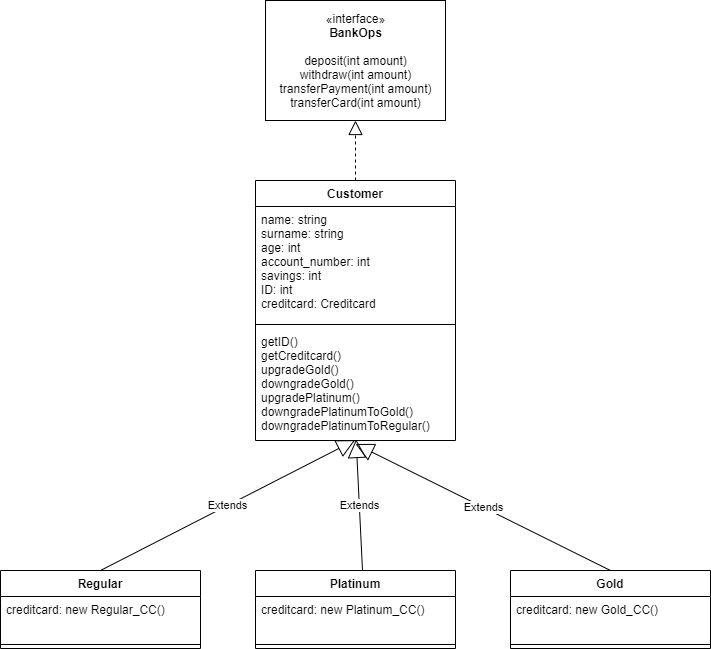
The draw.io diagram SoftCon2020_Assignment_4/customers_pkg_UML.png in maxi1123/swc-group37, before a commit. Source tidied: cells renumbered, new cells last; positions are measured from the earlier drawing's top-left corner, leaving out a move shared by most shapes.
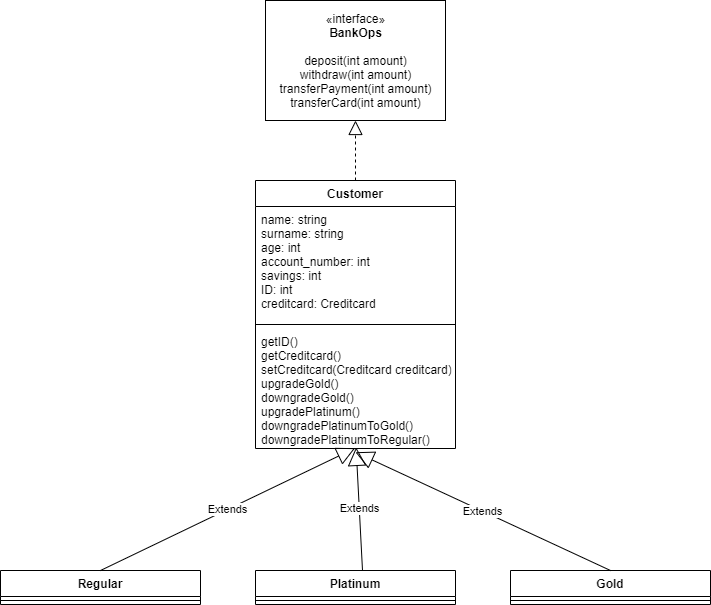
After the change.

Commit message:
updated creditcards and customers UML

Diff of the diagram source:
```diff
@@ -9,25 +9,19 @@
       <mxGeometry relative="1" as="geometry" />
     </mxCell>
     <mxCell id="4" value="Regular" style="swimlane;fontStyle=1;align=center;verticalAlign=top;horizontal=1;startSize=26;" parent="1" vertex="1">
-      <mxGeometry y="570" width="200" height="78" as="geometry" />
+      <mxGeometry y="570" width="200" height="34" as="geometry" />
     </mxCell>
-    <mxCell id="5" value="creditcard: new Regular_CC()" style="text;strokeColor=none;fillColor=none;align=left;verticalAlign=top;spacingLeft=4;spacingRight=4;overflow=hidden;" parent="4" vertex="1">
-      <mxGeometry y="26" width="200" height="44" as="geometry" />
-    </mxCell>
     <mxCell id="6" style="line;strokeWidth=1;fillColor=none;align=left;verticalAlign=middle;spacingTop=-1;spacingLeft=3;spacingRight=3;labelPosition=right;" parent="4" vertex="1">
-      <mxGeometry y="70" width="200" height="8" as="geometry" />
+      <mxGeometry y="26" width="200" height="8" as="geometry" />
     </mxCell>
     <mxCell id="7" value="Platinum" style="swimlane;fontStyle=1;align=center;verticalAlign=top;horizontal=1;startSize=26;" parent="1" vertex="1">
-      <mxGeometry x="255" y="570" width="200" height="78" as="geometry" />
+      <mxGeometry x="255" y="570" width="200" height="34" as="geometry" />
     </mxCell>
-    <mxCell id="8" value="creditcard: new Platinum_CC()" style="text;strokeColor=none;fillColor=none;align=left;verticalAlign=top;spacingLeft=4;spacingRight=4;overflow=hidden;" parent="7" vertex="1">
-      <mxGeometry y="26" width="200" height="44" as="geometry" />
-    </mxCell>
     <mxCell id="9" style="line;strokeWidth=1;fillColor=none;align=left;verticalAlign=middle;spacingTop=-1;spacingLeft=3;spacingRight=3;labelPosition=right;" parent="7" vertex="1">
-      <mxGeometry y="70" width="200" height="8" as="geometry" />
+      <mxGeometry y="26" width="200" height="8" as="geometry" />
     </mxCell>
     <mxCell id="10" value="Customer" style="swimlane;fontStyle=1;align=center;verticalAlign=top;horizontal=1;startSize=26;" parent="1" vertex="1">
-      <mxGeometry x="255" y="180" width="200" height="260" as="geometry" />
+      <mxGeometry x="255" y="180" width="200" height="268" as="geometry" />
     </mxCell>
     <mxCell id="11" value="name: string&#10;surname: string&#10;age: int&#10;account_number: int&#10;savings: int&#10;ID: int&#10;creditcard: Creditcard" style="text;strokeColor=none;fillColor=none;align=left;verticalAlign=top;spacingLeft=4;spacingRight=4;overflow=hidden;" parent="10" vertex="1">
       <mxGeometry y="26" width="200" height="114" as="geometry" />
@@ -35,17 +29,14 @@
     <mxCell id="12" style="line;strokeWidth=1;fillColor=none;align=left;verticalAlign=middle;spacingTop=-1;spacingLeft=3;spacingRight=3;labelPosition=right;" parent="10" vertex="1">
       <mxGeometry y="140" width="200" height="8" as="geometry" />
     </mxCell>
-    <mxCell id="13" value="getID()&#10;getCreditcard()&#10;upgradeGold()&#10;downgradeGold()&#10;upgradePlatinum()&#10;downgradePlatinumToGold()&#10;downgradePlatinumToRegular()" style="text;strokeColor=none;fillColor=none;align=left;verticalAlign=top;spacingLeft=4;spacingRight=4;overflow=hidden;points=[[0,0.5],[1,0.5]];portConstraint=eastwest;" parent="10" vertex="1">
-      <mxGeometry y="148" width="200" height="112" as="geometry" />
+    <mxCell id="13" value="getID()&#10;getCreditcard()&#10;setCreditcard(Creditcard creditcard)&#10;upgradeGold()&#10;downgradeGold()&#10;upgradePlatinum()&#10;downgradePlatinumToGold()&#10;downgradePlatinumToRegular()" style="text;strokeColor=none;fillColor=none;align=left;verticalAlign=top;spacingLeft=4;spacingRight=4;overflow=hidden;points=[[0,0.5],[1,0.5]];portConstraint=eastwest;" parent="10" vertex="1">
+      <mxGeometry y="148" width="200" height="120" as="geometry" />
     </mxCell>
     <mxCell id="14" value="Gold" style="swimlane;fontStyle=1;align=center;verticalAlign=top;horizontal=1;startSize=26;" parent="1" vertex="1">
-      <mxGeometry x="510" y="570" width="200" height="78" as="geometry" />
+      <mxGeometry x="510" y="570" width="200" height="34" as="geometry" />
     </mxCell>
-    <mxCell id="15" value="creditcard: new Gold_CC()" style="text;strokeColor=none;fillColor=none;align=left;verticalAlign=top;spacingLeft=4;spacingRight=4;overflow=hidden;" parent="14" vertex="1">
-      <mxGeometry y="26" width="200" height="44" as="geometry" />
-    </mxCell>
     <mxCell id="16" style="line;strokeWidth=1;fillColor=none;align=left;verticalAlign=middle;spacingTop=-1;spacingLeft=3;spacingRight=3;labelPosition=right;" parent="14" vertex="1">
-      <mxGeometry y="70" width="200" height="8" as="geometry" />
+      <mxGeometry y="26" width="200" height="8" as="geometry" />
     </mxCell>
     <mxCell id="17" value="Extends" style="endArrow=block;endSize=16;endFill=0;html=1;entryX=0.5;entryY=1.031;entryDx=0;entryDy=0;entryPerimeter=0;exitX=0.5;exitY=0;exitDx=0;exitDy=0;" parent="1" edge="1" source="14" target="13">
       <mxGeometry relative="1" as="geometry" />
```
